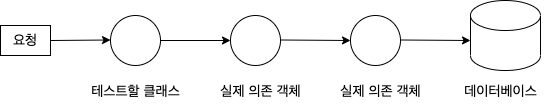
rogarithm/rogarithm.github.io keeps this draw.io diagram as images/easy-random/integration-test-object-relation.png. Above is the earlier version. Source tidied: cells renumbered, new cells last; positions are measured from the earlier drawing's top-left corner, leaving out a move shared by most shapes. Source of this version:
```xml
<mxGraphModel>
  <root>
    <mxCell id="0" />
    <mxCell id="1" parent="0" />
    <mxCell id="2" style="ellipse;whiteSpace=wrap;html=1;" parent="1" vertex="1">
      <mxGeometry x="110" y="15" width="50" height="50" as="geometry" />
    </mxCell>
    <mxCell id="3" style="ellipse;whiteSpace=wrap;html=1;" parent="1" vertex="1">
      <mxGeometry x="230" y="15" width="50" height="50" as="geometry" />
    </mxCell>
    <mxCell id="4" style="ellipse;whiteSpace=wrap;html=1;" parent="1" vertex="1">
      <mxGeometry x="350" y="15" width="50" height="50" as="geometry" />
    </mxCell>
    <mxCell id="5" style="endArrow=classic;html=1;rounded=0;" parent="1" edge="1" source="2" target="3">
      <mxGeometry relative="1" as="geometry" />
    </mxCell>
    <mxCell id="6" value="&lt;font style=&quot;font-size: 14px;&quot;&gt;테스트할 클래스&lt;/font&gt;" style="text;strokeColor=none;fillColor=none;html=1;fontSize=24;fontStyle=0;verticalAlign=bottom;align=center;" parent="1" vertex="1">
      <mxGeometry x="85" y="80" width="100" height="25" as="geometry" />
    </mxCell>
    <mxCell id="7" style="endArrow=classic;html=1;rounded=0;" parent="1" edge="1">
      <mxGeometry relative="1" as="geometry">
        <mxPoint x="280" y="39.5" as="sourcePoint" />
        <mxPoint x="350" y="40" as="targetPoint" />
      </mxGeometry>
    </mxCell>
    <mxCell id="8" value="&lt;span style=&quot;font-size: 14px;&quot;&gt;실제 의존 객체&lt;/span&gt;" style="text;strokeColor=none;fillColor=none;html=1;fontSize=24;fontStyle=0;verticalAlign=bottom;align=center;" parent="1" vertex="1">
      <mxGeometry x="210" y="80" width="100" height="25" as="geometry" />
    </mxCell>
    <mxCell id="9" value="&lt;span style=&quot;font-size: 14px;&quot;&gt;실제 의존 객체&lt;/span&gt;" style="text;strokeColor=none;fillColor=none;html=1;fontSize=24;fontStyle=0;verticalAlign=bottom;align=center;" parent="1" vertex="1">
      <mxGeometry x="330" y="80" width="100" height="25" as="geometry" />
    </mxCell>
    <mxCell id="10" style="endArrow=classic;html=1;rounded=0;" parent="1" edge="1">
      <mxGeometry relative="1" as="geometry">
        <mxPoint x="400" y="39.5" as="sourcePoint" />
        <mxPoint x="470" y="40" as="targetPoint" />
      </mxGeometry>
    </mxCell>
    <mxCell id="11" style="shape=cylinder3;whiteSpace=wrap;html=1;boundedLbl=1;backgroundOutline=1;size=15;" parent="1" vertex="1">
      <mxGeometry x="470" width="70" height="70" as="geometry" />
    </mxCell>
    <mxCell id="12" value="&lt;span style=&quot;font-size: 14px;&quot;&gt;데이터베이스&lt;/span&gt;" style="text;strokeColor=none;fillColor=none;html=1;fontSize=24;fontStyle=0;verticalAlign=bottom;align=center;" parent="1" vertex="1">
      <mxGeometry x="450" y="80" width="100" height="25" as="geometry" />
    </mxCell>
    <mxCell id="13" style="endArrow=classic;html=1;rounded=0;" parent="1" edge="1">
      <mxGeometry relative="1" as="geometry">
        <mxPoint x="50" y="40" as="sourcePoint" />
        <mxPoint x="110" y="39.5" as="targetPoint" />
      </mxGeometry>
    </mxCell>
    <mxCell id="14" value="&lt;font style=&quot;font-size: 14px;&quot;&gt;요청&lt;/font&gt;" style="rounded=0;whiteSpace=wrap;html=1;" parent="1" vertex="1">
      <mxGeometry y="25" width="50" height="30" as="geometry" />
    </mxCell>
  </root>
</mxGraphModel>
```
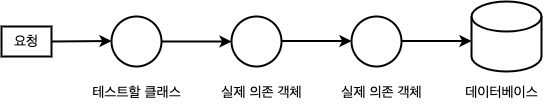
Above is the later version.

The edit, as a diff of the source:
```diff
@@ -2,53 +2,55 @@
   <root>
     <mxCell id="0" />
     <mxCell id="1" parent="0" />
-    <mxCell id="2" style="ellipse;whiteSpace=wrap;html=1;" parent="1" vertex="1">
+    <mxCell id="2" style="ellipse;whiteSpace=wrap;html=1;strokeWidth=2;" parent="1" vertex="1">
       <mxGeometry x="110" y="15" width="50" height="50" as="geometry" />
     </mxCell>
-    <mxCell id="3" style="ellipse;whiteSpace=wrap;html=1;" parent="1" vertex="1">
+    <mxCell id="3" style="ellipse;whiteSpace=wrap;html=1;strokeWidth=2;" parent="1" vertex="1">
       <mxGeometry x="230" y="15" width="50" height="50" as="geometry" />
     </mxCell>
-    <mxCell id="4" style="ellipse;whiteSpace=wrap;html=1;" parent="1" vertex="1">
+    <mxCell id="4" style="ellipse;whiteSpace=wrap;html=1;strokeWidth=2;" parent="1" vertex="1">
       <mxGeometry x="350" y="15" width="50" height="50" as="geometry" />
     </mxCell>
-    <mxCell id="5" style="endArrow=classic;html=1;rounded=0;" parent="1" edge="1" source="2" target="3">
-      <mxGeometry relative="1" as="geometry" />
+    <mxCell id="5" value="&lt;font style=&quot;font-size: 14px;&quot;&gt;테스트할 클래스&lt;/font&gt;" style="text;strokeColor=none;fillColor=none;html=1;fontSize=24;fontStyle=0;verticalAlign=bottom;align=center;" parent="1" vertex="1">
+      <mxGeometry x="85" y="80" width="100" height="25" as="geometry" />
     </mxCell>
-    <mxCell id="6" value="&lt;font style=&quot;font-size: 14px;&quot;&gt;테스트할 클래스&lt;/font&gt;" style="text;strokeColor=none;fillColor=none;html=1;fontSize=24;fontStyle=0;verticalAlign=bottom;align=center;" parent="1" vertex="1">
-      <mxGeometry x="85" y="80" width="100" height="25" as="geometry" />
+    <mxCell id="6" value="&lt;span style=&quot;font-size: 14px;&quot;&gt;실제 의존 객체&lt;/span&gt;" style="text;strokeColor=none;fillColor=none;html=1;fontSize=24;fontStyle=0;verticalAlign=bottom;align=center;" parent="1" vertex="1">
+      <mxGeometry x="210" y="80" width="100" height="25" as="geometry" />
     </mxCell>
-    <mxCell id="7" style="endArrow=classic;html=1;rounded=0;" parent="1" edge="1">
-      <mxGeometry relative="1" as="geometry">
-        <mxPoint x="280" y="39.5" as="sourcePoint" />
-        <mxPoint x="350" y="40" as="targetPoint" />
-      </mxGeometry>
+    <mxCell id="7" value="&lt;span style=&quot;font-size: 14px;&quot;&gt;실제 의존 객체&lt;/span&gt;" style="text;strokeColor=none;fillColor=none;html=1;fontSize=24;fontStyle=0;verticalAlign=bottom;align=center;" parent="1" vertex="1">
+      <mxGeometry x="330" y="80" width="100" height="25" as="geometry" />
     </mxCell>
-    <mxCell id="8" value="&lt;span style=&quot;font-size: 14px;&quot;&gt;실제 의존 객체&lt;/span&gt;" style="text;strokeColor=none;fillColor=none;html=1;fontSize=24;fontStyle=0;verticalAlign=bottom;align=center;" parent="1" vertex="1">
-      <mxGeometry x="210" y="80" width="100" height="25" as="geometry" />
+    <mxCell id="8" style="shape=cylinder3;whiteSpace=wrap;html=1;boundedLbl=1;backgroundOutline=1;size=15;strokeWidth=2;" parent="1" vertex="1">
+      <mxGeometry x="470" width="70" height="70" as="geometry" />
     </mxCell>
-    <mxCell id="9" value="&lt;span style=&quot;font-size: 14px;&quot;&gt;실제 의존 객체&lt;/span&gt;" style="text;strokeColor=none;fillColor=none;html=1;fontSize=24;fontStyle=0;verticalAlign=bottom;align=center;" parent="1" vertex="1">
-      <mxGeometry x="330" y="80" width="100" height="25" as="geometry" />
+    <mxCell id="9" value="&lt;span style=&quot;font-size: 14px;&quot;&gt;데이터베이스&lt;/span&gt;" style="text;strokeColor=none;fillColor=none;html=1;fontSize=24;fontStyle=0;verticalAlign=bottom;align=center;" parent="1" vertex="1">
+      <mxGeometry x="450" y="80" width="100" height="25" as="geometry" />
     </mxCell>
-    <mxCell id="10" style="endArrow=classic;html=1;rounded=0;" parent="1" edge="1">
+    <mxCell id="10" style="endArrow=classic;html=1;rounded=0;strokeWidth=2;" parent="1" edge="1">
       <mxGeometry relative="1" as="geometry">
-        <mxPoint x="400" y="39.5" as="sourcePoint" />
-        <mxPoint x="470" y="40" as="targetPoint" />
+        <mxPoint x="50" y="40" as="sourcePoint" />
+        <mxPoint x="110" y="39.5" as="targetPoint" />
       </mxGeometry>
     </mxCell>
-    <mxCell id="11" style="shape=cylinder3;whiteSpace=wrap;html=1;boundedLbl=1;backgroundOutline=1;size=15;" parent="1" vertex="1">
-      <mxGeometry x="470" width="70" height="70" as="geometry" />
+    <mxCell id="11" value="&lt;font style=&quot;font-size: 14px;&quot;&gt;요청&lt;/font&gt;" style="rounded=0;whiteSpace=wrap;html=1;strokeWidth=2;" parent="1" vertex="1">
+      <mxGeometry y="25" width="50" height="30" as="geometry" />
     </mxCell>
-    <mxCell id="12" value="&lt;span style=&quot;font-size: 14px;&quot;&gt;데이터베이스&lt;/span&gt;" style="text;strokeColor=none;fillColor=none;html=1;fontSize=24;fontStyle=0;verticalAlign=bottom;align=center;" parent="1" vertex="1">
-      <mxGeometry x="450" y="80" width="100" height="25" as="geometry" />
+    <mxCell id="12" style="endArrow=classic;html=1;rounded=0;strokeWidth=2;entryX=0;entryY=0.5;entryDx=0;entryDy=0;" parent="1" edge="1" target="3">
+      <mxGeometry relative="1" as="geometry">
+        <mxPoint x="160" y="40" as="sourcePoint" />
+      </mxGeometry>
     </mxCell>
-    <mxCell id="13" style="endArrow=classic;html=1;rounded=0;" parent="1" edge="1">
+    <mxCell id="13" style="endArrow=classic;html=1;rounded=0;strokeWidth=2;entryX=0;entryY=0.5;entryDx=0;entryDy=0;" parent="1" edge="1">
       <mxGeometry relative="1" as="geometry">
-        <mxPoint x="50" y="40" as="sourcePoint" />
-        <mxPoint x="110" y="39.5" as="targetPoint" />
+        <mxPoint x="280" y="39.5" as="sourcePoint" />
+        <mxPoint x="350" y="39.5" as="targetPoint" />
       </mxGeometry>
     </mxCell>
-    <mxCell id="14" value="&lt;font style=&quot;font-size: 14px;&quot;&gt;요청&lt;/font&gt;" style="rounded=0;whiteSpace=wrap;html=1;" parent="1" vertex="1">
-      <mxGeometry y="25" width="50" height="30" as="geometry" />
+    <mxCell id="14" style="endArrow=classic;html=1;rounded=0;strokeWidth=2;entryX=0;entryY=0.5;entryDx=0;entryDy=0;" parent="1" edge="1">
+      <mxGeometry relative="1" as="geometry">
+        <mxPoint x="400" y="39.5" as="sourcePoint" />
+        <mxPoint x="470" y="39.5" as="targetPoint" />
+      </mxGeometry>
     </mxCell>
   </root>
 </mxGraphModel>
```
